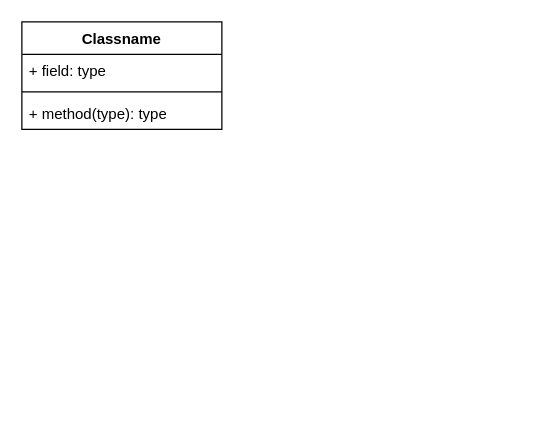
Andrei198203/Core_project_diagram291023 keeps this draw.io diagram as personal_assistant.drawio. Above is the earlier version. Source tidied: cells renumbered, new cells numbered last; positions are measured from the earlier drawing's top-left corner, leaving out a move shared by most shapes. Both pictures are drawn from the tidied source at 125%, with x=0, y=0 at pixel (21, 21).
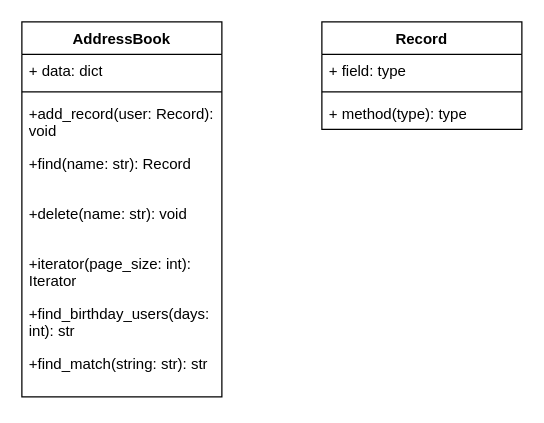
The same diagram, later.

The edit, as a diff of the source:
```diff
@@
 <mxGraphModel>
   <root>
     <mxCell id="0" />
     <mxCell id="1" parent="0" />
-    <mxCell id="2" value="Classname" style="swimlane;fontStyle=1;align=center;verticalAlign=top;horizontal=1;startSize=26;whiteSpace=wrap;html=1;" parent="1" vertex="1">
-      <mxGeometry width="160" height="86" as="geometry" />
+    <mxCell id="2" value="AddressBook" style="swimlane;fontStyle=1;align=center;verticalAlign=top;horizontal=1;startSize=26;whiteSpace=wrap;html=1;" parent="1" vertex="1">
+      <mxGeometry width="160" height="300" as="geometry" />
     </mxCell>
-    <mxCell id="3" value="+ field: type" style="text;strokeColor=none;fillColor=none;align=left;verticalAlign=top;spacingLeft=4;spacingRight=4;overflow=hidden;whiteSpace=wrap;html=1;" parent="2" vertex="1">
+    <mxCell id="3" value="+ data: dict" style="text;strokeColor=none;fillColor=none;align=left;verticalAlign=top;spacingLeft=4;spacingRight=4;overflow=hidden;whiteSpace=wrap;html=1;" parent="2" vertex="1">
       <mxGeometry y="26" width="160" height="26" as="geometry" />
     </mxCell>
     <mxCell id="4" style="line;strokeWidth=1;fillColor=none;align=left;verticalAlign=middle;spacingTop=-1;spacingLeft=3;spacingRight=3;labelPosition=right;strokeColor=inherit;" parent="2" vertex="1">
       <mxGeometry y="52" width="160" height="8" as="geometry" />
     </mxCell>
-    <mxCell id="5" value="+ method(type): type" style="text;strokeColor=none;fillColor=none;align=left;verticalAlign=top;spacingLeft=4;spacingRight=4;overflow=hidden;whiteSpace=wrap;html=1;" parent="2" vertex="1">
-      <mxGeometry y="60" width="160" height="26" as="geometry" />
+    <mxCell id="5" value="+add_record(user: Record): void" style="text;strokeColor=none;fillColor=none;align=left;verticalAlign=top;spacingLeft=4;spacingRight=4;overflow=hidden;whiteSpace=wrap;html=1;" parent="2" vertex="1">
+      <mxGeometry y="60" width="160" height="40" as="geometry" />
     </mxCell>
+    <mxCell id="6" value="+find(name: str): Record" style="text;strokeColor=none;fillColor=none;align=left;verticalAlign=top;spacingLeft=4;spacingRight=4;overflow=hidden;whiteSpace=wrap;html=1;" parent="2" vertex="1">
+      <mxGeometry y="100" width="160" height="40" as="geometry" />
+    </mxCell>
+    <mxCell id="7" value="+delete(name: str): void" style="text;strokeColor=none;fillColor=none;align=left;verticalAlign=top;spacingLeft=4;spacingRight=4;overflow=hidden;whiteSpace=wrap;html=1;" parent="2" vertex="1">
+      <mxGeometry y="140" width="160" height="40" as="geometry" />
+    </mxCell>
+    <mxCell id="8" value="+iterator(page_size: int): Iterator" style="text;strokeColor=none;fillColor=none;align=left;verticalAlign=top;spacingLeft=4;spacingRight=4;overflow=hidden;whiteSpace=wrap;html=1;" parent="2" vertex="1">
+      <mxGeometry y="180" width="160" height="40" as="geometry" />
+    </mxCell>
+    <mxCell id="9" value="+find_birthday_users(days: int): str" style="text;strokeColor=none;fillColor=none;align=left;verticalAlign=top;spacingLeft=4;spacingRight=4;overflow=hidden;whiteSpace=wrap;html=1;" parent="2" vertex="1">
+      <mxGeometry y="220" width="160" height="40" as="geometry" />
+    </mxCell>
+    <mxCell id="10" value="+find_match(string: str): str" style="text;strokeColor=none;fillColor=none;align=left;verticalAlign=top;spacingLeft=4;spacingRight=4;overflow=hidden;whiteSpace=wrap;html=1;" parent="2" vertex="1">
+      <mxGeometry y="260" width="160" height="40" as="geometry" />
+    </mxCell>
+    <mxCell id="11" value="Record" style="swimlane;fontStyle=1;align=center;verticalAlign=top;horizontal=1;startSize=26;whiteSpace=wrap;html=1;" parent="1" vertex="1">
+      <mxGeometry x="240" width="160" height="86" as="geometry" />
+    </mxCell>
+    <mxCell id="12" value="+ field: type" style="text;strokeColor=none;fillColor=none;align=left;verticalAlign=top;spacingLeft=4;spacingRight=4;overflow=hidden;whiteSpace=wrap;html=1;" parent="11" vertex="1">
+      <mxGeometry y="26" width="160" height="26" as="geometry" />
+    </mxCell>
+    <mxCell id="13" style="line;strokeWidth=1;fillColor=none;align=left;verticalAlign=middle;spacingTop=-1;spacingLeft=3;spacingRight=3;labelPosition=right;strokeColor=inherit;" parent="11" vertex="1">
+      <mxGeometry y="52" width="160" height="8" as="geometry" />
+    </mxCell>
+    <mxCell id="14" value="+ method(type): type" style="text;strokeColor=none;fillColor=none;align=left;verticalAlign=top;spacingLeft=4;spacingRight=4;overflow=hidden;whiteSpace=wrap;html=1;" parent="11" vertex="1">
+      <mxGeometry y="60" width="160" height="26" as="geometry" />
+    </mxCell>
   </root>
 </mxGraphModel>
```
